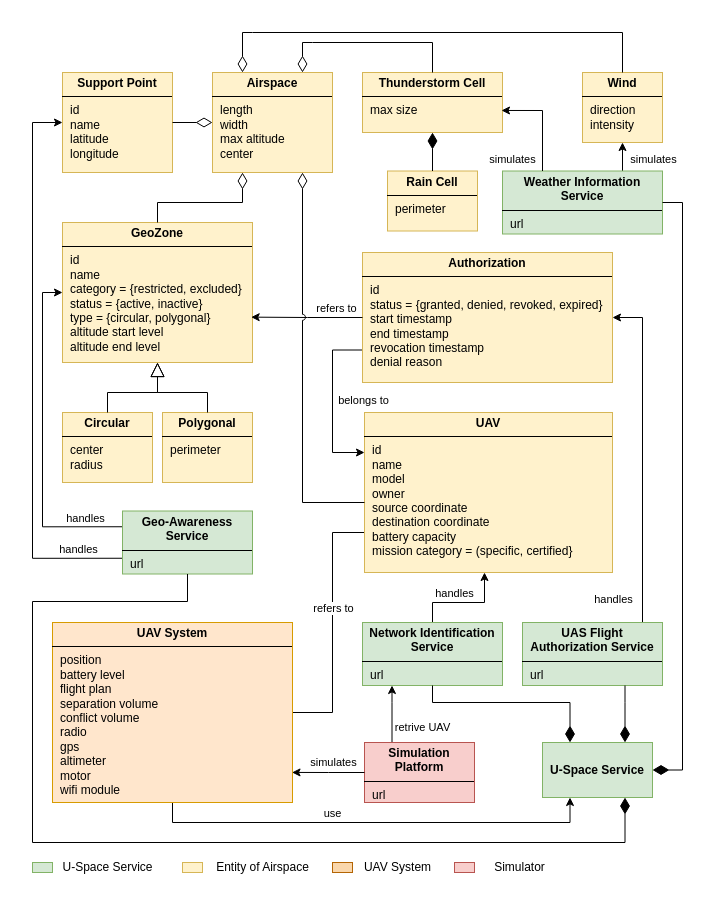
This is page "Domain" (6 of 10) of documentation/diagrams/diagram.drawio from alegil0206/AeroFlux, a draw.io file, before an edit. Source tidied: cells renumbered, new cells numbered last; positions are measured from the earlier drawing's top-left corner, leaving out a move shared by most shapes. Both pictures are drawn from the tidied source at 100%, with x=0, y=0 at pixel (32, 32).
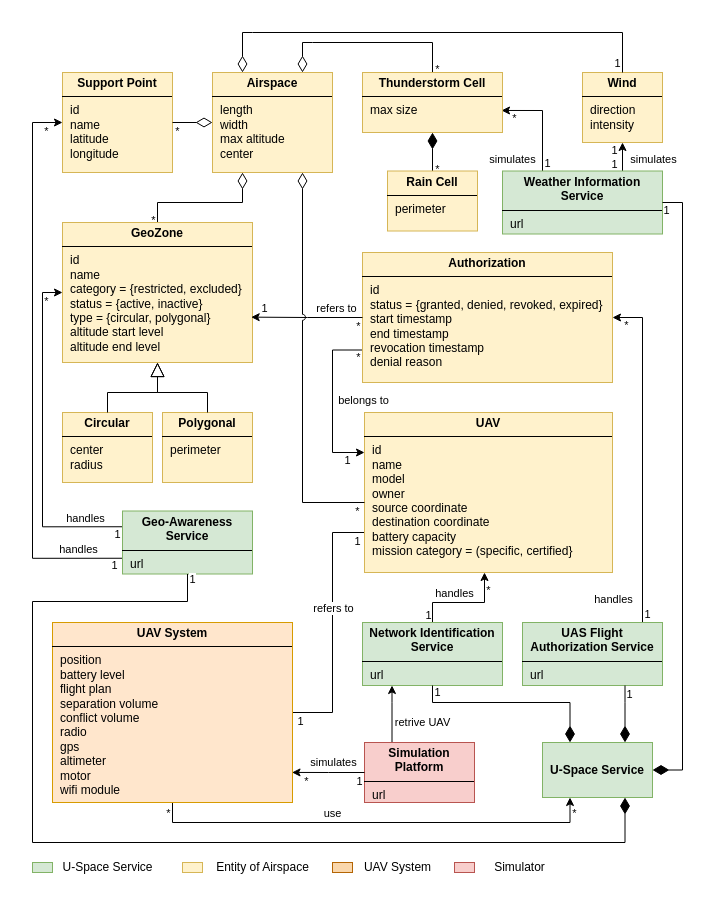
The same diagram, later.

The change refers to these unchanged cells:
```xml
<mxCell id="2" value="&lt;p style=&quot;margin: 4px 0px 0px; text-align: center;&quot;&gt;&lt;b style=&quot;&quot;&gt;GeoZone&lt;/b&gt;&lt;/p&gt;&lt;hr size=&quot;1&quot; style=&quot;border-style:solid;&quot;&gt;&lt;p style=&quot;margin:0px;margin-left:8px;&quot;&gt;id&lt;/p&gt;&lt;p style=&quot;margin:0px;margin-left:8px;&quot;&gt;name&lt;/p&gt;&lt;p style=&quot;margin:0px;margin-left:8px;&quot;&gt;category = {restricted, excluded}&lt;/p&gt;&lt;p style=&quot;margin:0px;margin-left:8px;&quot;&gt;status = {active, inactive}&lt;/p&gt;&lt;p style=&quot;margin:0px;margin-left:8px;&quot;&gt;type = {circular, polygonal}&lt;/p&gt;&lt;p style=&quot;margin:0px;margin-left:8px;&quot;&gt;altitude start level&lt;/p&gt;&lt;p style=&quot;margin:0px;margin-left:8px;&quot;&gt;altitude end level&lt;/p&gt;" style="verticalAlign=top;align=left;overflow=fill;html=1;whiteSpace=wrap;fillColor=#fff2cc;strokeColor=#d6b656;" parent="1" vertex="1">
  <mxGeometry x="30" y="190" width="190" height="140" as="geometry" />
</mxCell>
<mxCell id="3" style="edgeStyle=orthogonalEdgeStyle;rounded=0;jettySize=auto;html=1;exitX=0;exitY=0.75;exitDx=0;exitDy=0;entryX=0;entryY=0.25;entryDx=0;entryDy=0;" parent="1" edge="1" source="5" target="15">
  <mxGeometry relative="1" as="geometry">
    <Array as="points">
      <mxPoint x="300" y="318" />
      <mxPoint x="300" y="420" />
      <mxPoint x="330" y="420" />
    </Array>
  </mxGeometry>
</mxCell>
<mxCell id="6" value="&lt;p style=&quot;margin: 4px 0px 0px; text-align: center;&quot;&gt;&lt;b style=&quot;&quot;&gt;Airspace&lt;/b&gt;&lt;/p&gt;&lt;hr size=&quot;1&quot; style=&quot;border-style:solid;&quot;&gt;&lt;p style=&quot;margin:0px;margin-left:8px;&quot;&gt;length&lt;/p&gt;&lt;p style=&quot;margin:0px;margin-left:8px;&quot;&gt;width&lt;/p&gt;&lt;p style=&quot;margin:0px;margin-left:8px;&quot;&gt;max altitude&lt;/p&gt;&lt;p style=&quot;margin:0px;margin-left:8px;&quot;&gt;&lt;span style=&quot;background-color: transparent; color: light-dark(rgb(0, 0, 0), rgb(255, 255, 255));&quot;&gt;center&lt;/span&gt;&lt;/p&gt;" style="verticalAlign=top;align=left;overflow=fill;html=1;whiteSpace=wrap;fillColor=#fff2cc;strokeColor=#d6b656;" parent="1" vertex="1">
  <mxGeometry x="180" y="40" width="120" height="100" as="geometry" />
</mxCell>
<mxCell id="10" value="&lt;p style=&quot;margin: 4px 0px 0px; text-align: center;&quot;&gt;&lt;b style=&quot;&quot;&gt;Thunderstorm Cell&lt;/b&gt;&lt;/p&gt;&lt;hr size=&quot;1&quot; style=&quot;border-style:solid;&quot;&gt;&lt;p style=&quot;margin:0px;margin-left:8px;&quot;&gt;max size&lt;/p&gt;" style="verticalAlign=top;align=left;overflow=fill;html=1;whiteSpace=wrap;fillColor=#fff2cc;strokeColor=#d6b656;" parent="1" vertex="1">
  <mxGeometry x="330" y="40" width="140" height="60" as="geometry" />
</mxCell>
<mxCell id="11" value="&lt;p style=&quot;margin: 4px 0px 0px; text-align: center;&quot;&gt;&lt;b style=&quot;&quot;&gt;Wind&lt;/b&gt;&lt;/p&gt;&lt;hr size=&quot;1&quot; style=&quot;border-style:solid;&quot;&gt;&lt;p style=&quot;margin:0px;margin-left:8px;&quot;&gt;direction&lt;/p&gt;&lt;p style=&quot;margin:0px;margin-left:8px;&quot;&gt;intensity&lt;/p&gt;" style="verticalAlign=top;align=left;overflow=fill;html=1;whiteSpace=wrap;fillColor=#fff2cc;strokeColor=#d6b656;" parent="1" vertex="1">
  <mxGeometry x="550" y="40" width="80" height="70" as="geometry" />
</mxCell>
<mxCell id="12" value="&lt;p style=&quot;margin: 4px 0px 0px; text-align: center;&quot;&gt;&lt;b&gt;Rain Cell&lt;/b&gt;&lt;/p&gt;&lt;hr size=&quot;1&quot; style=&quot;border-style:solid;&quot;&gt;&lt;p style=&quot;margin:0px;margin-left:8px;&quot;&gt;perimeter&lt;/p&gt;" style="verticalAlign=top;align=left;overflow=fill;html=1;whiteSpace=wrap;fillColor=#fff2cc;strokeColor=#d6b656;" parent="1" vertex="1">
  <mxGeometry x="355" y="138.5" width="90" height="60" as="geometry" />
</mxCell>
<mxCell id="13" style="edgeStyle=orthogonalEdgeStyle;rounded=0;jettySize=auto;html=1;exitX=0;exitY=0.75;exitDx=0;exitDy=0;entryX=1;entryY=0.5;entryDx=0;entryDy=0;endArrow=none;endFill=0;" parent="1" edge="1" source="15" target="18">
  <mxGeometry relative="1" as="geometry">
    <Array as="points">
      <mxPoint x="300" y="500" />
      <mxPoint x="300" y="680" />
    </Array>
  </mxGeometry>
</mxCell>
<mxCell id="16" style="edgeStyle=orthogonalEdgeStyle;rounded=0;jettySize=auto;html=1;exitX=0.5;exitY=1;exitDx=0;exitDy=0;entryX=0.25;entryY=1;entryDx=0;entryDy=0;" parent="1" edge="1" source="18" target="48">
  <mxGeometry relative="1" as="geometry" />
</mxCell>
<mxCell id="19" style="edgeStyle=orthogonalEdgeStyle;rounded=0;jettySize=auto;html=1;exitX=0.75;exitY=0;exitDx=0;exitDy=0;entryX=0.5;entryY=1;entryDx=0;entryDy=0;" parent="1" edge="1" source="21" target="11">
  <mxGeometry relative="1" as="geometry" />
</mxCell>
<mxCell id="21" value="&lt;p style=&quot;margin: 4px 0px 0px; text-align: center;&quot;&gt;&lt;b style=&quot;&quot;&gt;Weather Information Service&lt;/b&gt;&lt;/p&gt;&lt;hr size=&quot;1&quot; style=&quot;border-style:solid;&quot;&gt;&lt;p style=&quot;margin:0px;margin-left:8px;&quot;&gt;url&lt;/p&gt;" style="verticalAlign=top;align=left;overflow=fill;html=1;whiteSpace=wrap;fillColor=#d5e8d4;strokeColor=#82b366;" parent="1" vertex="1">
  <mxGeometry x="470" y="138.5" width="160" height="63" as="geometry" />
</mxCell>
<mxCell id="22" style="edgeStyle=orthogonalEdgeStyle;rounded=0;jettySize=auto;html=1;exitX=0;exitY=0.25;exitDx=0;exitDy=0;entryX=0;entryY=0.5;entryDx=0;entryDy=0;" parent="1" edge="1" source="26" target="2">
  <mxGeometry relative="1" as="geometry" />
</mxCell>
<mxCell id="24" style="edgeStyle=orthogonalEdgeStyle;rounded=0;jettySize=auto;html=1;exitX=0;exitY=0.75;exitDx=0;exitDy=0;entryX=0;entryY=0.5;entryDx=0;entryDy=0;" parent="1" edge="1" source="26" target="7">
  <mxGeometry relative="1" as="geometry">
    <Array as="points">
      <mxPoint y="526" />
      <mxPoint y="90" />
    </Array>
  </mxGeometry>
</mxCell>
<mxCell id="27" style="edgeStyle=orthogonalEdgeStyle;rounded=0;jettySize=auto;html=1;exitX=0.5;exitY=0;exitDx=0;exitDy=0;" parent="1" edge="1" source="29" target="15">
  <mxGeometry relative="1" as="geometry">
    <Array as="points">
      <mxPoint x="400" y="570" />
      <mxPoint x="452" y="570" />
    </Array>
  </mxGeometry>
</mxCell>
<mxCell id="30" style="edgeStyle=orthogonalEdgeStyle;rounded=0;jettySize=auto;html=1;exitX=0.25;exitY=0;exitDx=0;exitDy=0;" parent="1" edge="1" source="32" target="29">
  <mxGeometry relative="1" as="geometry">
    <Array as="points">
      <mxPoint x="360" y="670" />
      <mxPoint x="360" y="670" />
    </Array>
  </mxGeometry>
</mxCell>
<mxCell id="33" style="edgeStyle=orthogonalEdgeStyle;rounded=0;jettySize=auto;html=1;entryX=1;entryY=0.5;entryDx=0;entryDy=0;" parent="1" edge="1" source="35" target="5">
  <mxGeometry relative="1" as="geometry">
    <Array as="points">
      <mxPoint x="610" y="285" />
    </Array>
  </mxGeometry>
</mxCell>
<mxCell id="39" style="endArrow=none;html=1;endSize=12;startArrow=diamondThin;startSize=14;startFill=0;edgeStyle=orthogonalEdgeStyle;align=left;verticalAlign=bottom;rounded=0;exitX=0;exitY=0.5;exitDx=0;exitDy=0;entryX=1;entryY=0.5;entryDx=0;entryDy=0;endFill=0;" parent="1" edge="1" source="6" target="7">
  <mxGeometry x="-1" y="3" relative="1" as="geometry" />
</mxCell>
<mxCell id="45" style="edgeStyle=orthogonalEdgeStyle;rounded=0;jettySize=auto;html=1;exitX=0;exitY=0.5;exitDx=0;exitDy=0;entryX=0.993;entryY=0.676;entryDx=0;entryDy=0;entryPerimeter=0;flowAnimation=0;" parent="1" edge="1" source="5" target="2">
  <mxGeometry relative="1" as="geometry" />
</mxCell>
<mxCell id="47" style="endArrow=none;html=1;endSize=12;startArrow=diamondThin;startSize=14;startFill=0;edgeStyle=orthogonalEdgeStyle;align=left;verticalAlign=bottom;rounded=0;exitX=0.75;exitY=1;exitDx=0;exitDy=0;endFill=0;jumpStyle=arc;" parent="1" edge="1" source="6" target="15">
  <mxGeometry x="-1" y="3" relative="1" as="geometry">
    <Array as="points">
      <mxPoint x="270" y="470" />
    </Array>
  </mxGeometry>
</mxCell>
<mxCell id="49" style="endArrow=none;html=1;endSize=12;startArrow=diamondThin;startSize=14;startFill=1;edgeStyle=orthogonalEdgeStyle;align=left;verticalAlign=bottom;rounded=0;exitX=1;exitY=0.5;exitDx=0;exitDy=0;entryX=1;entryY=0.5;entryDx=0;entryDy=0;endFill=0;" parent="1" edge="1" source="48" target="21">
  <mxGeometry x="-0.46" y="10" relative="1" as="geometry">
    <Array as="points">
      <mxPoint x="650" y="738" />
      <mxPoint x="650" y="170" />
    </Array>
  </mxGeometry>
</mxCell>
<mxCell id="50" style="endArrow=none;html=1;endSize=12;startArrow=diamondThin;startSize=14;startFill=1;edgeStyle=orthogonalEdgeStyle;align=left;verticalAlign=bottom;rounded=0;exitX=0.75;exitY=0;exitDx=0;exitDy=0;endFill=0;" parent="1" edge="1" source="48" target="35">
  <mxGeometry x="-0.46" y="10" relative="1" as="geometry">
    <Array as="points">
      <mxPoint x="593" y="670" />
      <mxPoint x="593" y="670" />
    </Array>
  </mxGeometry>
</mxCell>
<mxCell id="51" style="endArrow=none;html=1;endSize=12;startArrow=diamondThin;startSize=14;startFill=1;edgeStyle=orthogonalEdgeStyle;align=left;verticalAlign=bottom;rounded=0;exitX=0.25;exitY=0;exitDx=0;exitDy=0;entryX=0.5;entryY=1;entryDx=0;entryDy=0;endFill=0;" parent="1" edge="1" source="48" target="29">
  <mxGeometry x="-0.46" y="10" relative="1" as="geometry">
    <Array as="points">
      <mxPoint x="538" y="670" />
      <mxPoint x="400" y="670" />
    </Array>
  </mxGeometry>
</mxCell>
<mxCell id="52" style="endArrow=none;html=1;endSize=12;startArrow=diamondThin;startSize=14;startFill=1;edgeStyle=orthogonalEdgeStyle;align=left;verticalAlign=bottom;rounded=0;exitX=0.75;exitY=1;exitDx=0;exitDy=0;entryX=0.5;entryY=1;entryDx=0;entryDy=0;endFill=0;" parent="1" edge="1" source="48" target="26">
  <mxGeometry x="-0.46" y="10" relative="1" as="geometry">
    <Array as="points">
      <mxPoint x="593" y="810" />
      <mxPoint y="810" />
      <mxPoint y="569" />
      <mxPoint x="155" y="569" />
    </Array>
  </mxGeometry>
</mxCell>
<mxCell id="61" style="edgeStyle=orthogonalEdgeStyle;rounded=0;jettySize=auto;html=1;exitX=0;exitY=0.5;exitDx=0;exitDy=0;entryX=0.998;entryY=0.833;entryDx=0;entryDy=0;entryPerimeter=0;" parent="1" edge="1" source="32" target="18">
  <mxGeometry relative="1" as="geometry" />
</mxCell>
```

Change to the diagram source:
```diff
@@
+    <mxCell id="38" style="endArrow=none;html=1;endSize=12;startArrow=diamondThin;startSize=14;startFill=0;edgeStyle=orthogonalEdgeStyle;align=left;verticalAlign=bottom;rounded=0;exitX=0.75;exitY=0;exitDx=0;exitDy=0;entryX=0.5;entryY=0;entryDx=0;entryDy=0;endFill=0;" parent="1" edge="1" source="6" target="10">
+      <mxGeometry x="-1" y="3" relative="1" as="geometry">
+        <Array as="points">
+          <mxPoint x="280" y="10" />
+          <mxPoint x="420" y="10" />
+        </Array>
+      </mxGeometry>
+    </mxCell>
+    <mxCell id="63" value="*" style="edgeLabel;html=1;align=center;verticalAlign=middle;" parent="38" vertex="1">
+      <mxGeometry x="0.92" relative="1" as="geometry">
+        <mxPoint x="4" y="4" as="offset" />
+      </mxGeometry>
+    </mxCell>
+    <mxCell id="43" style="edgeStyle=orthogonalEdgeStyle;rounded=0;jettySize=auto;html=1;entryX=0.993;entryY=0.633;entryDx=0;entryDy=0;entryPerimeter=0;exitX=0.25;exitY=0;exitDx=0;exitDy=0;" parent="1" edge="1" source="21" target="10">
+      <mxGeometry relative="1" as="geometry" />
+    </mxCell>
+    <mxCell id="44" value="simulates" style="edgeLabel;html=1;align=center;verticalAlign=middle;" parent="43" vertex="1">
+      <mxGeometry x="-0.75" relative="1" as="geometry">
+        <mxPoint x="-30" y="1" as="offset" />
+      </mxGeometry>
+    </mxCell>
+    <mxCell id="64" value="*" style="edgeLabel;html=1;align=center;verticalAlign=middle;" parent="43" vertex="1">
+      <mxGeometry x="-0.85" y="-1" relative="1" as="geometry">
+        <mxPoint x="-29" y="-45" as="offset" />
+      </mxGeometry>
+    </mxCell>
+    <mxCell id="65" value="1" style="edgeLabel;html=1;align=center;verticalAlign=middle;" parent="43" vertex="1">
+      <mxGeometry x="-0.8" y="-1" relative="1" as="geometry">
+        <mxPoint x="3" y="2" as="offset" />
+      </mxGeometry>
+    </mxCell>
+    <mxCell id="36" style="endArrow=none;html=1;endSize=12;startArrow=diamondThin;startSize=14;startFill=1;edgeStyle=orthogonalEdgeStyle;align=left;verticalAlign=bottom;rounded=0;exitX=0.5;exitY=1;exitDx=0;exitDy=0;entryX=0.5;entryY=0;entryDx=0;entryDy=0;endFill=0;" parent="1" edge="1" source="10" target="12">
+      <mxGeometry x="-0.46" y="10" relative="1" as="geometry" />
+    </mxCell>
+    <mxCell id="66" value="*" style="edgeLabel;html=1;align=center;verticalAlign=middle;" parent="36" vertex="1">
+      <mxGeometry x="0.45" y="1" relative="1" as="geometry">
+        <mxPoint x="3" y="8" as="offset" />
+      </mxGeometry>
+    </mxCell>
+    <mxCell id="40" style="endArrow=none;html=1;endSize=12;startArrow=diamondThin;startSize=14;startFill=0;edgeStyle=orthogonalEdgeStyle;align=left;verticalAlign=bottom;rounded=0;exitX=0.25;exitY=1;exitDx=0;exitDy=0;entryX=0.5;entryY=0;entryDx=0;entryDy=0;endFill=0;" parent="1" edge="1" source="6" target="2">
+      <mxGeometry x="-1" y="3" relative="1" as="geometry">
+        <Array as="points">
+          <mxPoint x="210" y="170" />
+          <mxPoint x="125" y="170" />
+        </Array>
+      </mxGeometry>
+    </mxCell>
+    <mxCell id="67" value="*" style="edgeLabel;html=1;align=center;verticalAlign=middle;" parent="40" vertex="1">
+      <mxGeometry x="0.3" y="-2" relative="1" as="geometry">
+        <mxPoint x="-32" y="19" as="offset" />
+      </mxGeometry>
+    </mxCell>
@@
+    <mxCell id="68" value="*" style="edgeLabel;html=1;align=center;verticalAlign=middle;" parent="3" vertex="1">
+      <mxGeometry x="-0.86" y="2" relative="1" as="geometry">
+        <mxPoint x="7" y="5" as="offset" />
+      </mxGeometry>
+    </mxCell>
+    <mxCell id="69" value="1" style="edgeLabel;html=1;align=center;verticalAlign=middle;" parent="3" vertex="1">
+      <mxGeometry x="0.78" y="-1" relative="1" as="geometry">
+        <mxPoint x="1" y="6" as="offset" />
+      </mxGeometry>
+    </mxCell>
@@
+    <mxCell id="70" value="1" style="edgeLabel;html=1;align=center;verticalAlign=middle;" parent="13" vertex="1">
+      <mxGeometry x="-0.93" y="2" relative="1" as="geometry">
+        <mxPoint x="1" y="6" as="offset" />
+      </mxGeometry>
+    </mxCell>
+    <mxCell id="71" value="1" style="edgeLabel;html=1;align=center;verticalAlign=middle;" parent="13" vertex="1">
+      <mxGeometry x="0.93" y="-1" relative="1" as="geometry">
+        <mxPoint x="-2" y="9" as="offset" />
+      </mxGeometry>
+    </mxCell>
@@
+    <mxCell id="72" value="*" style="edgeLabel;html=1;align=center;verticalAlign=middle;" parent="16" vertex="1">
+      <mxGeometry x="-0.97" y="-1" relative="1" as="geometry">
+        <mxPoint x="-4" y="3" as="offset" />
+      </mxGeometry>
+    </mxCell>
+    <mxCell id="73" value="*" style="edgeLabel;html=1;align=center;verticalAlign=middle;" parent="16" vertex="1">
+      <mxGeometry x="0.95" relative="1" as="geometry">
+        <mxPoint x="4" y="4" as="offset" />
+      </mxGeometry>
+    </mxCell>
@@
+    <mxCell id="74" value="1" style="edgeLabel;html=1;align=center;verticalAlign=middle;" parent="19" vertex="1">
+      <mxGeometry x="-0.17" y="3" relative="1" as="geometry">
+        <mxPoint x="-6" y="5" as="offset" />
+      </mxGeometry>
+    </mxCell>
+    <mxCell id="75" value="1" style="edgeLabel;html=1;align=center;verticalAlign=middle;" parent="19" vertex="1">
+      <mxGeometry x="0.31" relative="1" as="geometry">
+        <mxPoint x="-9" y="-2" as="offset" />
+      </mxGeometry>
+    </mxCell>
@@
+    <mxCell id="76" value="*" style="edgeLabel;html=1;align=center;verticalAlign=middle;" parent="22" vertex="1">
+      <mxGeometry x="0.9" relative="1" as="geometry">
+        <mxPoint y="8" as="offset" />
+      </mxGeometry>
+    </mxCell>
+    <mxCell id="77" value="1" style="edgeLabel;html=1;align=center;verticalAlign=middle;" parent="22" vertex="1">
+      <mxGeometry x="-0.95" relative="1" as="geometry">
+        <mxPoint x="2" y="7" as="offset" />
+      </mxGeometry>
+    </mxCell>
@@
+    <mxCell id="78" value="*" style="edgeLabel;html=1;align=center;verticalAlign=middle;" parent="24" vertex="1">
+      <mxGeometry x="0.93" relative="1" as="geometry">
+        <mxPoint x="3" y="8" as="offset" />
+      </mxGeometry>
+    </mxCell>
+    <mxCell id="79" value="1" style="edgeLabel;html=1;align=center;verticalAlign=middle;" parent="24" vertex="1">
+      <mxGeometry x="-0.96" y="-1" relative="1" as="geometry">
+        <mxPoint x="3" y="8" as="offset" />
+      </mxGeometry>
+    </mxCell>
@@
+    <mxCell id="80" value="*" style="edgeLabel;html=1;align=center;verticalAlign=middle;" parent="27" vertex="1">
+      <mxGeometry x="0.7" y="1" relative="1" as="geometry">
+        <mxPoint x="4" y="2" as="offset" />
+      </mxGeometry>
+    </mxCell>
+    <mxCell id="81" value="1" style="edgeLabel;html=1;align=center;verticalAlign=middle;" parent="27" vertex="1">
+      <mxGeometry x="-0.84" relative="1" as="geometry">
+        <mxPoint x="-5" as="offset" />
+      </mxGeometry>
+    </mxCell>
@@
     <mxCell id="31" value="retrive UAV" style="edgeLabel;html=1;align=center;verticalAlign=middle;" parent="30" vertex="1">
       <mxGeometry x="-0.11" y="-1" relative="1" as="geometry">
-        <mxPoint x="29" y="9" as="offset" />
+        <mxPoint x="29" y="4" as="offset" />
       </mxGeometry>
     </mxCell>
@@
+    <mxCell id="82" value="*" style="edgeLabel;html=1;align=center;verticalAlign=middle;" parent="33" vertex="1">
+      <mxGeometry x="0.89" y="-1" relative="1" as="geometry">
+        <mxPoint x="-5" y="8" as="offset" />
+      </mxGeometry>
+    </mxCell>
+    <mxCell id="83" value="1" style="edgeLabel;html=1;align=center;verticalAlign=middle;" parent="33" vertex="1">
+      <mxGeometry x="-0.93" relative="1" as="geometry">
+        <mxPoint x="4" y="3" as="offset" />
+      </mxGeometry>
+    </mxCell>
@@
-    <mxCell id="36" style="endArrow=none;html=1;endSize=12;startArrow=diamondThin;startSize=14;startFill=1;edgeStyle=orthogonalEdgeStyle;align=left;verticalAlign=bottom;rounded=0;exitX=0.5;exitY=1;exitDx=0;exitDy=0;entryX=0.5;entryY=0;entryDx=0;entryDy=0;endFill=0;" parent="1" edge="1" source="10" target="12">
-      <mxGeometry x="-0.46" y="10" relative="1" as="geometry" />
-    </mxCell>
-    <mxCell id="37" style="endArrow=none;html=1;endSize=12;startArrow=diamondThin;startSize=14;startFill=0;edgeStyle=orthogonalEdgeStyle;align=left;verticalAlign=bottom;rounded=0;exitX=0.25;exitY=0;exitDx=0;exitDy=0;entryX=0.5;entryY=0;entryDx=0;entryDy=0;endFill=0;" parent="1" edge="1" source="6" target="11">
+    <mxCell id="37" style="endArrow=none;html=1;endSize=12;startArrow=diamondThin;startSize=14;startFill=0;edgeStyle=orthogonalEdgeStyle;align=left;verticalAlign=bottom;rounded=0;exitX=0.25;exitY=0;exitDx=0;exitDy=0;entryX=0.5;entryY=0;entryDx=0;entryDy=0;endFill=0;" parent="1" edge="1">
       <mxGeometry x="-1" y="3" relative="1" as="geometry">
+        <mxPoint x="210" y="40" as="sourcePoint" />
+        <mxPoint x="590" y="40" as="targetPoint" />
         <Array as="points">
           <mxPoint x="220" />
           <mxPoint x="610" />
         </Array>
       </mxGeometry>
     </mxCell>
-    <mxCell id="38" style="endArrow=none;html=1;endSize=12;startArrow=diamondThin;startSize=14;startFill=0;edgeStyle=orthogonalEdgeStyle;align=left;verticalAlign=bottom;rounded=0;exitX=0.75;exitY=0;exitDx=0;exitDy=0;entryX=0.5;entryY=0;entryDx=0;entryDy=0;endFill=0;" parent="1" edge="1" source="6" target="10">
-      <mxGeometry x="-1" y="3" relative="1" as="geometry">
-        <Array as="points">
-          <mxPoint x="280" y="10" />
-          <mxPoint x="420" y="10" />
-        </Array>
-      </mxGeometry>
-    </mxCell>
+    <mxCell id="84" value="1" style="edgeLabel;html=1;align=center;verticalAlign=middle;" parent="37" vertex="1">
+      <mxGeometry x="0.95" y="-2" relative="1" as="geometry">
+        <mxPoint x="-4" y="1" as="offset" />
+      </mxGeometry>
+    </mxCell>
@@
-    <mxCell id="40" style="endArrow=none;html=1;endSize=12;startArrow=diamondThin;startSize=14;startFill=0;edgeStyle=orthogonalEdgeStyle;align=left;verticalAlign=bottom;rounded=0;exitX=0.25;exitY=1;exitDx=0;exitDy=0;entryX=0.5;entryY=0;entryDx=0;entryDy=0;endFill=0;" parent="1" edge="1" source="6" target="2">
-      <mxGeometry x="-1" y="3" relative="1" as="geometry">
-        <Array as="points">
-          <mxPoint x="210" y="170" />
-          <mxPoint x="125" y="170" />
-        </Array>
-      </mxGeometry>
-    </mxCell>
+    <mxCell id="85" value="*" style="edgeLabel;html=1;align=center;verticalAlign=middle;" parent="39" vertex="1">
+      <mxGeometry x="0.75" relative="1" as="geometry">
+        <mxPoint x="-1" y="8" as="offset" />
+      </mxGeometry>
+    </mxCell>
@@
-    <mxCell id="43" style="edgeStyle=orthogonalEdgeStyle;rounded=0;jettySize=auto;html=1;entryX=0.993;entryY=0.633;entryDx=0;entryDy=0;entryPerimeter=0;exitX=0.25;exitY=0;exitDx=0;exitDy=0;" parent="1" edge="1" source="21" target="10">
-      <mxGeometry relative="1" as="geometry" />
-    </mxCell>
-    <mxCell id="44" value="simulates" style="edgeLabel;html=1;align=center;verticalAlign=middle;" parent="43" vertex="1">
-      <mxGeometry x="-0.75" relative="1" as="geometry">
-        <mxPoint x="-30" y="1" as="offset" />
-      </mxGeometry>
-    </mxCell>
@@
+    <mxCell id="86" value="1" style="edgeLabel;html=1;align=center;verticalAlign=middle;" parent="45" vertex="1">
+      <mxGeometry x="-0.69" y="1" relative="1" as="geometry">
+        <mxPoint x="-82" y="-11" as="offset" />
+      </mxGeometry>
+    </mxCell>
+    <mxCell id="87" value="*" style="edgeLabel;html=1;align=center;verticalAlign=middle;" parent="45" vertex="1">
+      <mxGeometry x="-0.82" y="1" relative="1" as="geometry">
+        <mxPoint x="5" y="7" as="offset" />
+      </mxGeometry>
+    </mxCell>
@@
+    <mxCell id="88" value="*" style="edgeLabel;html=1;align=center;verticalAlign=middle;" parent="47" vertex="1">
+      <mxGeometry x="0.95" y="-1" relative="1" as="geometry">
+        <mxPoint x="2" y="7" as="offset" />
+      </mxGeometry>
+    </mxCell>
@@
+    <mxCell id="89" value="1" style="edgeLabel;html=1;align=center;verticalAlign=middle;" parent="49" vertex="1">
+      <mxGeometry x="0.98" y="-2" relative="1" as="geometry">
+        <mxPoint x="-3" y="9" as="offset" />
+      </mxGeometry>
+    </mxCell>
@@
+    <mxCell id="90" value="1" style="edgeLabel;html=1;align=center;verticalAlign=middle;" parent="50" vertex="1">
+      <mxGeometry x="0.72" relative="1" as="geometry">
+        <mxPoint x="4" as="offset" />
+      </mxGeometry>
+    </mxCell>
@@
+    <mxCell id="91" value="1" style="edgeLabel;html=1;align=center;verticalAlign=middle;" parent="51" vertex="1">
+      <mxGeometry x="0.94" y="-1" relative="1" as="geometry">
+        <mxPoint x="3" y="1" as="offset" />
+      </mxGeometry>
+    </mxCell>
@@
+    <mxCell id="92" value="1" style="edgeLabel;html=1;align=center;verticalAlign=middle;" parent="52" vertex="1">
+      <mxGeometry x="0.99" y="-1" relative="1" as="geometry">
+        <mxPoint x="3" as="offset" />
+      </mxGeometry>
+    </mxCell>
@@
+    <mxCell id="93" value="1" style="edgeLabel;html=1;align=center;verticalAlign=middle;" parent="61" vertex="1">
+      <mxGeometry x="-0.73" relative="1" as="geometry">
+        <mxPoint x="4" y="8" as="offset" />
+      </mxGeometry>
+    </mxCell>
+    <mxCell id="94" value="*" style="edgeLabel;html=1;align=center;verticalAlign=middle;" parent="61" vertex="1">
+      <mxGeometry x="-0.2" relative="1" as="geometry">
+        <mxPoint x="-30" y="8" as="offset" />
+      </mxGeometry>
+    </mxCell>
```
